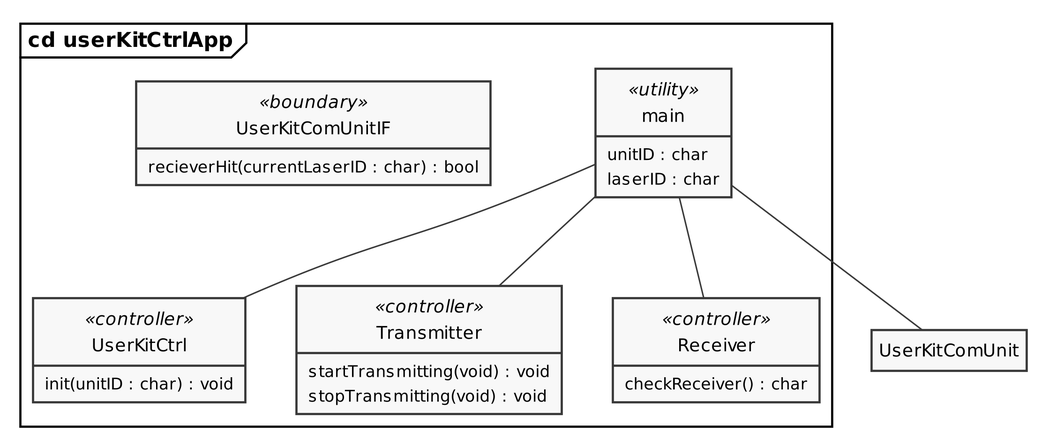
Before: PlantUML/out/UserKitCtrlApp_cd.png, a diagram exported from PlantUML (LasseKrarup/Laser-Tag-Project).
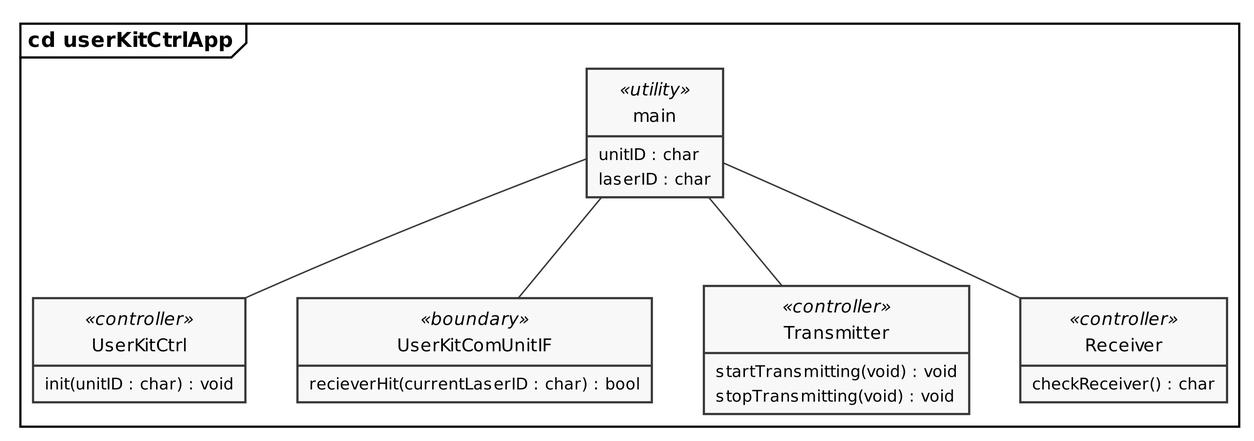
After the commit.

The edit, as a diff of the source:
```diff
@@ -40,6 +40,6 @@
 main -- UserKitCtrl
 main -- Transmitter
 main -- Receiver
-main -- UserKitComUnit
+main -- UserKitComUnitIF
 
 @enduml
```
